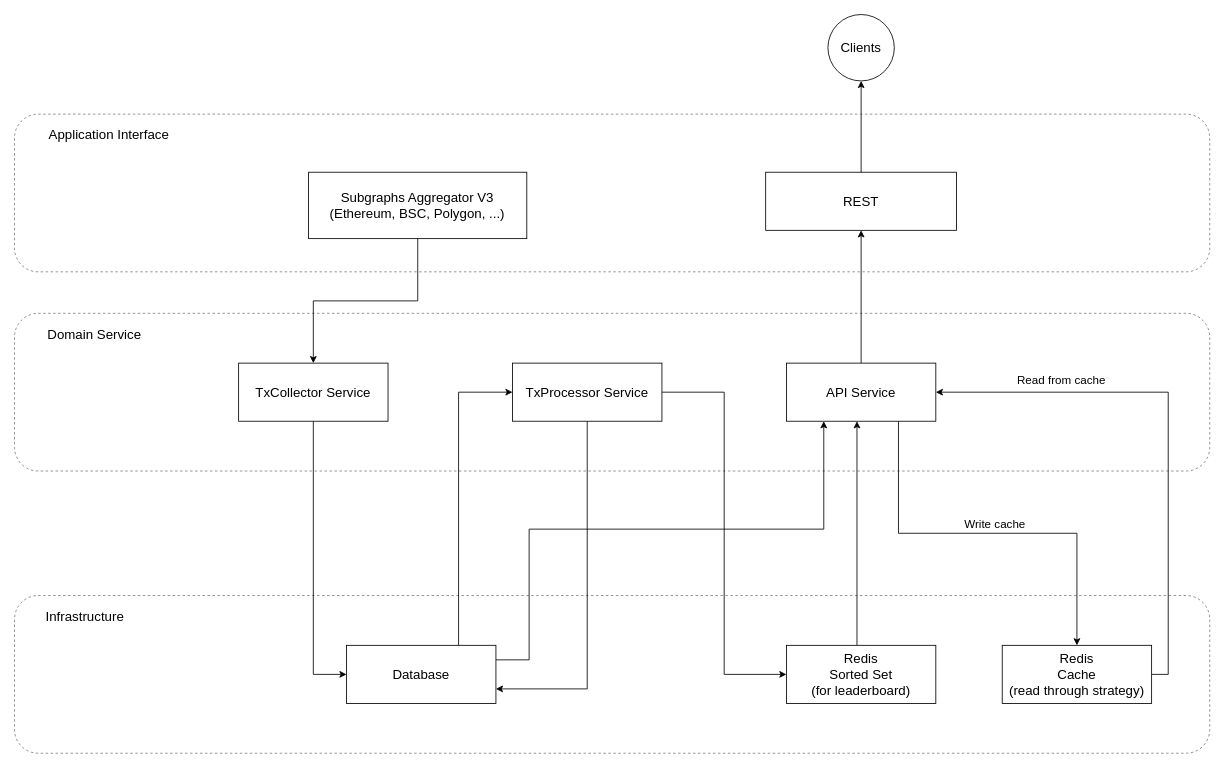
The draw.io diagram referral-program-v2/[Overall] Referral program v2 system components.drawio in piavgh/draw.io-data, before the edit. Source tidied: cells renumbered, new cells numbered last; positions are measured from the earlier drawing's top-left corner, leaving out a move shared by most shapes. Both pictures are drawn from the tidied source at 83%, with x=0, y=0 at pixel (14, 14).
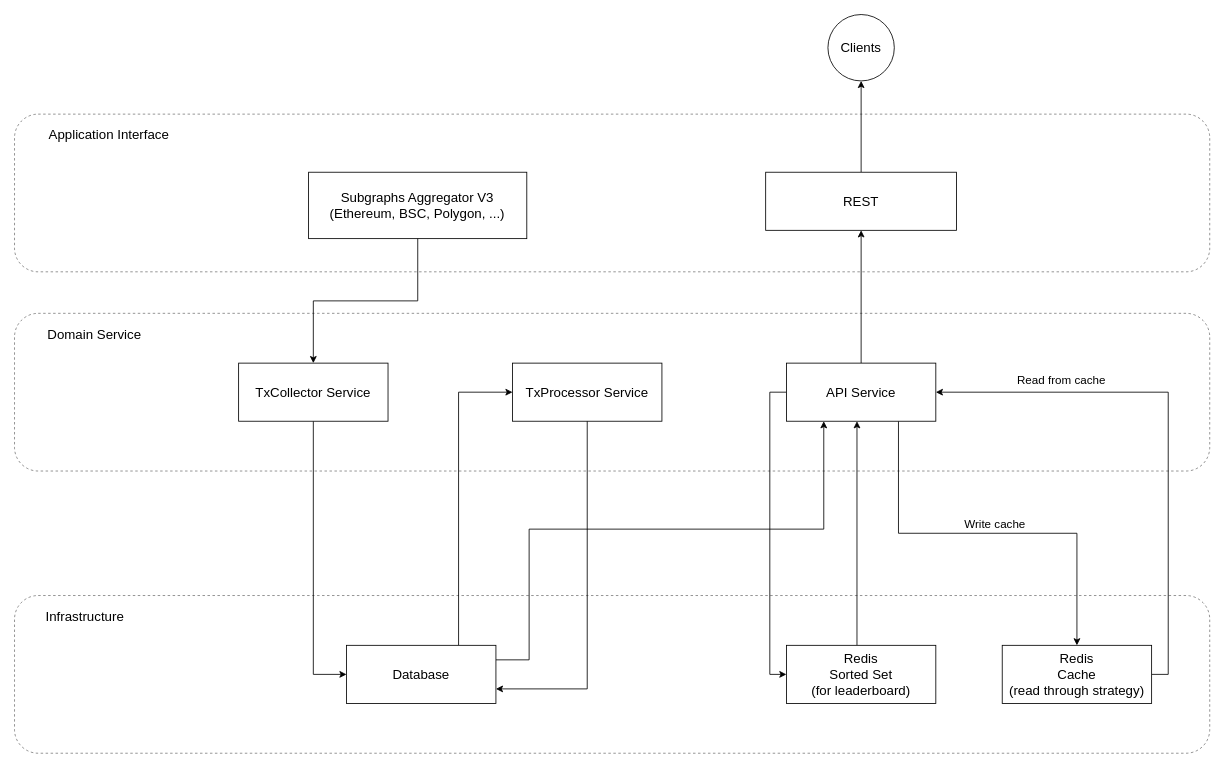
The same page after the edit.

Unchanged cells that the change refers to:
```xml
<mxCell id="14" value="TxProcessor Service" style="rounded=0;whiteSpace=wrap;html=1;fontSize=16;" parent="1" vertex="1">
  <mxGeometry x="600" y="420" width="180" height="70" as="geometry" />
</mxCell>
<mxCell id="20" value="API Service" style="rounded=0;whiteSpace=wrap;html=1;fontSize=16;" parent="1" vertex="1">
  <mxGeometry x="930" y="420" width="180" height="70" as="geometry" />
</mxCell>
<mxCell id="23" value="Redis&lt;br&gt;Sorted Set&lt;br&gt;(for leaderboard)" style="rounded=0;whiteSpace=wrap;html=1;fontSize=16;" parent="1" vertex="1">
  <mxGeometry x="930" y="760" width="180" height="70" as="geometry" />
</mxCell>
```

Change to the diagram source:
```diff
@@
-    <mxCell id="13" style="edgeStyle=orthogonalEdgeStyle;rounded=0;jettySize=auto;html=1;exitX=1;exitY=0.5;exitDx=0;exitDy=0;entryX=0;entryY=0.5;entryDx=0;entryDy=0;fontSize=16;" parent="1" edge="1" source="14" target="23">
-      <mxGeometry relative="1" as="geometry" />
-    </mxCell>
@@
+    <mxCell id="32" style="edgeStyle=orthogonalEdgeStyle;rounded=0;jettySize=auto;html=1;exitX=0;exitY=0.5;exitDx=0;exitDy=0;entryX=0;entryY=0.5;entryDx=0;entryDy=0;" parent="1" edge="1" source="20" target="23">
+      <mxGeometry relative="1" as="geometry" />
+    </mxCell>
```
